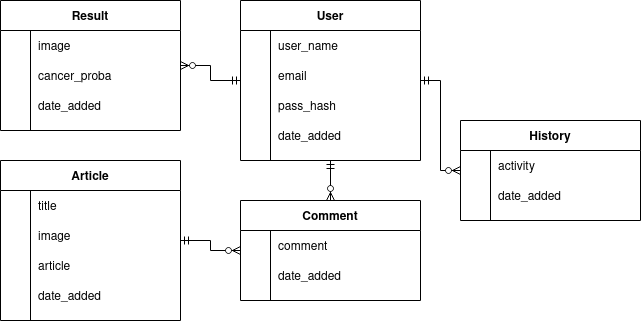
This is Project Diagrams/Project Diagrams-ERD.png from Blue-Birman/Bangkit-Capstone-Project-B21-CAP0005, a draw.io export, as it was before one commit. Source tidied: cells renumbered, new cells last; positions are measured from the earlier drawing's top-left corner, leaving out a move shared by most shapes.
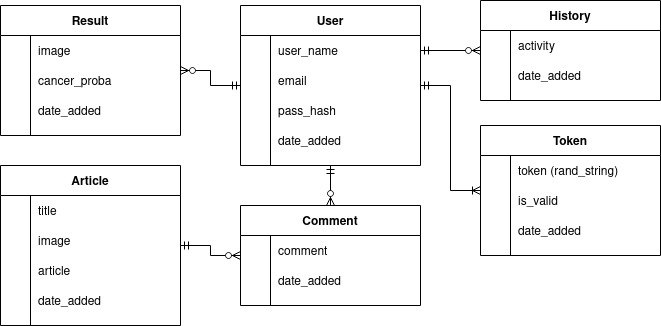
After the commit.

Commit message:
Update Diagrams to have tokens for authentication

What changed in the source:
```diff
@@ -8,9 +8,6 @@
     <mxCell id="3" style="edgeStyle=orthogonalEdgeStyle;rounded=0;jettySize=auto;html=1;startArrow=ERmandOne;startFill=0;endArrow=ERzeroToMany;endFill=1;" parent="1" edge="1" source="5" target="18">
       <mxGeometry relative="1" as="geometry" />
     </mxCell>
-    <mxCell id="4" style="edgeStyle=orthogonalEdgeStyle;rounded=0;jettySize=auto;html=1;startArrow=ERmandOne;startFill=0;endArrow=ERzeroToMany;endFill=1;" parent="1" edge="1" source="5" target="28">
-      <mxGeometry relative="1" as="geometry" />
-    </mxCell>
     <mxCell id="5" value="User" style="shape=table;startSize=30;rowLines=0;fontStyle=1;align=center;" parent="1" vertex="1">
       <mxGeometry x="240" width="180" height="160" as="geometry" />
     </mxCell>
@@ -80,8 +77,11 @@
     <mxCell id="27" value="date_added" style="shape=partialRectangle;fillColor=none;top=0;left=0;bottom=0;right=0;align=left;spacingLeft=6;overflow=hidden;" parent="25" vertex="1">
       <mxGeometry x="30" width="150" height="30" as="geometry" />
     </mxCell>
+    <mxCell id="56" style="edgeStyle=orthogonalEdgeStyle;rounded=0;jettySize=auto;html=1;startArrow=ERzeroToMany;startFill=1;endArrow=ERmandOne;endFill=0;" parent="1" edge="1" source="28" target="6">
+      <mxGeometry relative="1" as="geometry" />
+    </mxCell>
     <mxCell id="28" value="History" style="shape=table;startSize=30;rowLines=0;fontStyle=1;align=center;" parent="1" vertex="1">
-      <mxGeometry x="460" y="120" width="180" height="100" as="geometry" />
+      <mxGeometry x="480" y="-5" width="180" height="100" as="geometry" />
     </mxCell>
     <mxCell id="29" style="shape=partialRectangle;fillColor=none;top=0;left=0;bottom=0;right=0;" parent="28" vertex="1">
       <mxGeometry y="30" width="180" height="30" as="geometry" />
@@ -164,5 +164,38 @@
     <mxCell id="55" value="date_added" style="shape=partialRectangle;fillColor=none;top=0;left=0;bottom=0;right=0;align=left;spacingLeft=6;overflow=hidden;" parent="53" vertex="1">
       <mxGeometry x="30" width="150" height="30" as="geometry" />
     </mxCell>
+    <mxCell id="57" style="edgeStyle=orthogonalEdgeStyle;rounded=0;jettySize=auto;html=1;startArrow=ERoneToMany;startFill=0;endArrow=ERmandOne;endFill=0;" parent="1" edge="1" source="58" target="5">
+      <mxGeometry relative="1" as="geometry" />
+    </mxCell>
+    <mxCell id="58" value="Token" style="shape=table;startSize=30;rowLines=0;fontStyle=1;align=center;" parent="1" vertex="1">
+      <mxGeometry x="480" y="120" width="180" height="130" as="geometry" />
+    </mxCell>
+    <mxCell id="59" style="shape=partialRectangle;fillColor=none;top=0;left=0;bottom=0;right=0;" parent="58" vertex="1">
+      <mxGeometry y="30" width="180" height="30" as="geometry" />
+    </mxCell>
+    <mxCell id="60" style="shape=partialRectangle;fillColor=none;top=0;left=0;bottom=0;right=0;overflow=hidden;" parent="59" vertex="1">
+      <mxGeometry width="30" height="30" as="geometry" />
+    </mxCell>
+    <mxCell id="61" value="token (rand_string)" style="shape=partialRectangle;fillColor=none;top=0;left=0;bottom=0;right=0;align=left;spacingLeft=6;overflow=hidden;" parent="59" vertex="1">
+      <mxGeometry x="30" width="150" height="30" as="geometry" />
+    </mxCell>
+    <mxCell id="62" style="shape=partialRectangle;fillColor=none;top=0;left=0;bottom=0;right=0;" parent="58" vertex="1">
+      <mxGeometry y="60" width="180" height="30" as="geometry" />
+    </mxCell>
+    <mxCell id="63" style="shape=partialRectangle;fillColor=none;top=0;left=0;bottom=0;right=0;overflow=hidden;" parent="62" vertex="1">
+      <mxGeometry width="30" height="30" as="geometry" />
+    </mxCell>
+    <mxCell id="64" value="is_valid" style="shape=partialRectangle;fillColor=none;top=0;left=0;bottom=0;right=0;align=left;spacingLeft=6;overflow=hidden;" parent="62" vertex="1">
+      <mxGeometry x="30" width="150" height="30" as="geometry" />
+    </mxCell>
+    <mxCell id="65" style="shape=partialRectangle;fillColor=none;top=0;left=0;bottom=0;right=0;" parent="58" vertex="1">
+      <mxGeometry y="90" width="180" height="30" as="geometry" />
+    </mxCell>
+    <mxCell id="66" style="shape=partialRectangle;fillColor=none;top=0;left=0;bottom=0;right=0;overflow=hidden;" parent="65" vertex="1">
+      <mxGeometry width="30" height="30" as="geometry" />
+    </mxCell>
+    <mxCell id="67" value="date_added" style="shape=partialRectangle;fillColor=none;top=0;left=0;bottom=0;right=0;align=left;spacingLeft=6;overflow=hidden;" parent="65" vertex="1">
+      <mxGeometry x="30" width="150" height="30" as="geometry" />
+    </mxCell>
   </root>
 </mxGraphModel>
```
